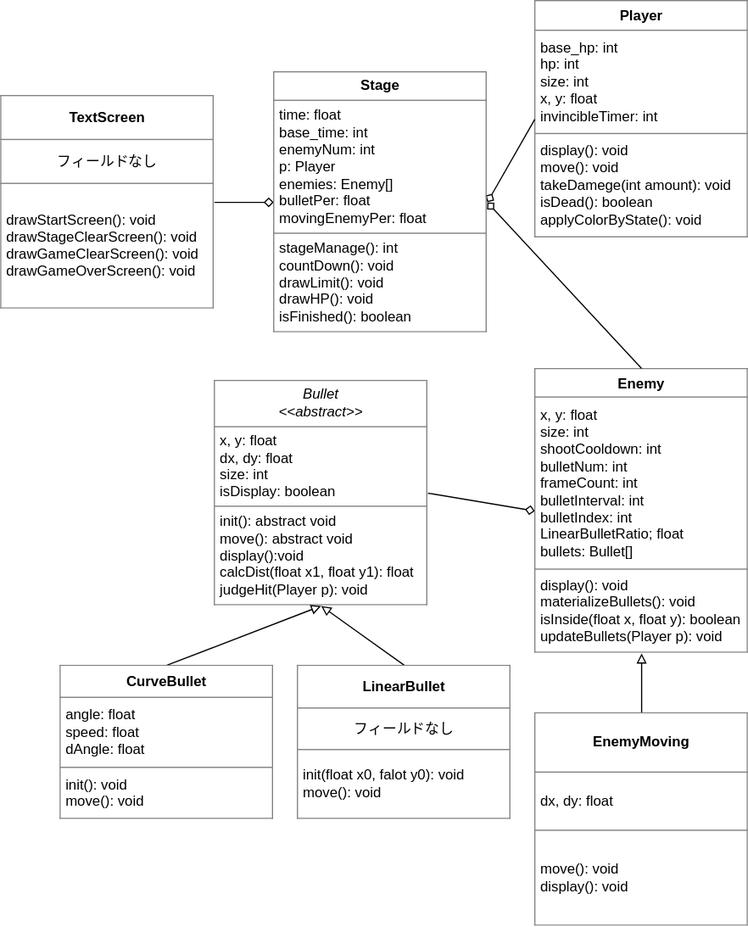
This is oop_report/uml.drawio.svg from judz218/oop, a draw.io export, as it was before one commit. Source tidied: cells renumbered, new cells last; positions are measured from the earlier drawing's top-left corner, leaving out a move shared by most shapes.
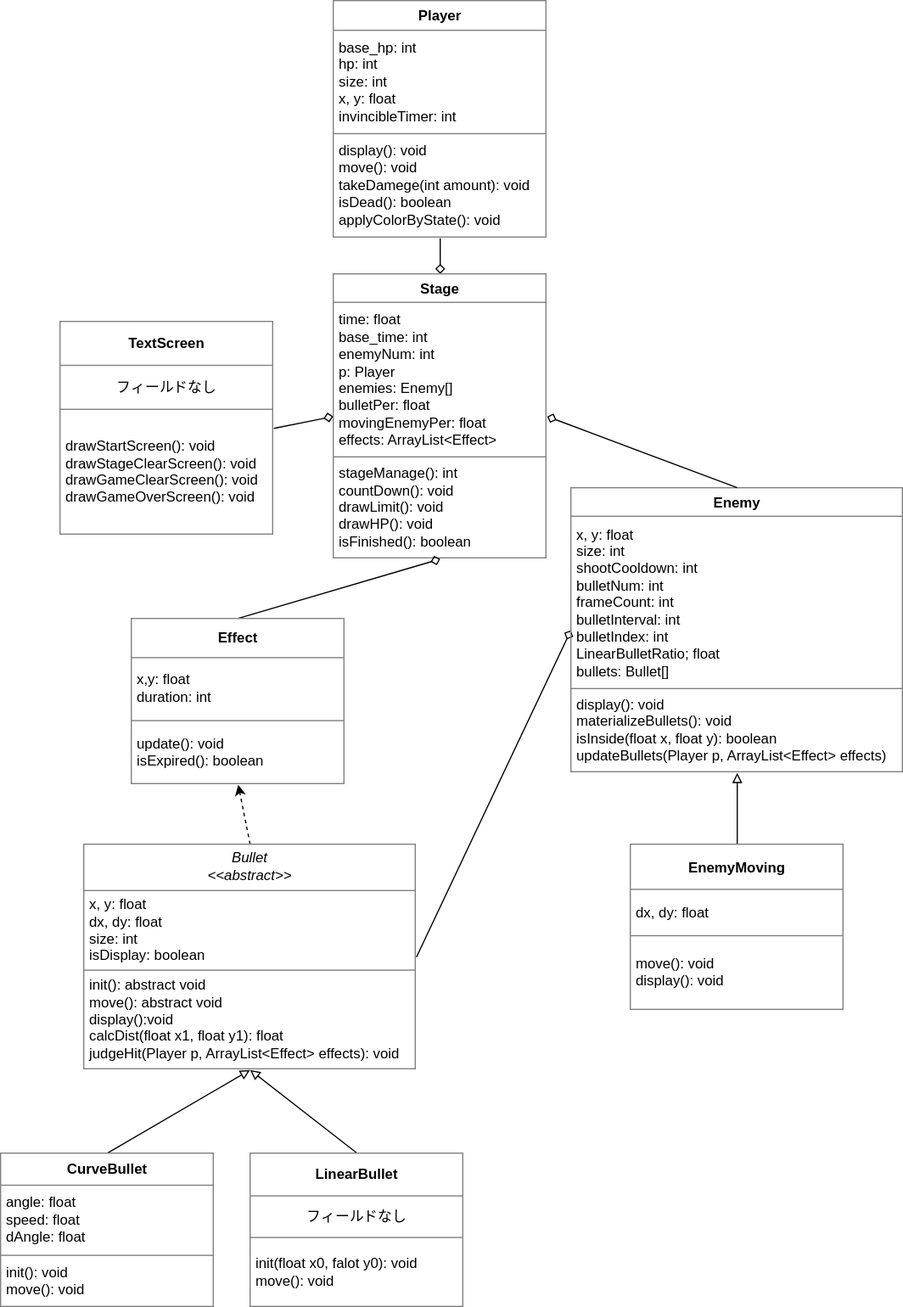
After the change.

Commit message:
クラス図変更

Change to the diagram source:
```diff
@@ -5,38 +5,41 @@
     <mxCell id="2" style="edgeStyle=none;html=1;exitX=1;exitY=0.5;exitDx=0;exitDy=0;entryX=0;entryY=0.5;entryDx=0;entryDy=0;startArrow=none;startFill=0;endArrow=diamond;endFill=0;" parent="1" edge="1" source="3" target="6">
       <mxGeometry relative="1" as="geometry" />
     </mxCell>
+    <mxCell id="17" style="edgeStyle=none;html=1;exitX=0.5;exitY=0;exitDx=0;exitDy=0;entryX=0.5;entryY=1;entryDx=0;entryDy=0;dashed=1;" parent="1" edge="1" source="3" target="19">
+      <mxGeometry relative="1" as="geometry" />
+    </mxCell>
-    <mxCell id="3" value="&lt;table border=&quot;1&quot; width=&quot;100%&quot; height=&quot;100%&quot; cellpadding=&quot;4&quot; style=&quot;width:100%;height:100%;border-collapse:collapse;&quot;&gt;&lt;tbody&gt;&lt;tr&gt;&lt;th&gt;&lt;div style=&quot;text-align: center;&quot;&gt;&lt;span style=&quot;background-color: transparent; font-weight: normal;&quot;&gt;&lt;i&gt;Bullet&lt;/i&gt;&lt;/span&gt;&lt;/div&gt;&lt;div style=&quot;text-align: center;&quot;&gt;&lt;span style=&quot;background-color: transparent; font-weight: normal;&quot;&gt;&lt;i&gt;&amp;lt;&amp;lt;abstract&amp;gt;&amp;gt;&lt;/i&gt;&lt;/span&gt;&lt;/div&gt;&lt;/th&gt;&lt;/tr&gt;&lt;tr&gt;&lt;td&gt;x, y: float&lt;br&gt;dx, dy: float&lt;br&gt;size: int&lt;br&gt;isDisplay: boolean&lt;/td&gt;&lt;/tr&gt;&lt;tr&gt;&lt;td&gt;init(): abstract void&lt;br&gt;move(): abstract void&lt;br&gt;display():void&lt;br&gt;calcDist(float x1, float y1): float&lt;br&gt;judgeHit(Player p): void&lt;/td&gt;&lt;/tr&gt;&lt;/tbody&gt;&lt;/table&gt;" style="text;html=1;whiteSpace=wrap;strokeColor=none;fillColor=none;overflow=fill;align=left;" parent="1" vertex="1">
-      <mxGeometry x="180" y="320" width="180" height="190" as="geometry" />
+    <mxCell id="3" value="&lt;table border=&quot;1&quot; width=&quot;100%&quot; height=&quot;100%&quot; cellpadding=&quot;4&quot; style=&quot;width:100%;height:100%;border-collapse:collapse;&quot;&gt;&lt;tbody&gt;&lt;tr&gt;&lt;th&gt;&lt;div style=&quot;text-align: center;&quot;&gt;&lt;span style=&quot;background-color: transparent; font-weight: normal;&quot;&gt;&lt;i&gt;Bullet&lt;/i&gt;&lt;/span&gt;&lt;/div&gt;&lt;div style=&quot;text-align: center;&quot;&gt;&lt;span style=&quot;background-color: transparent; font-weight: normal;&quot;&gt;&lt;i&gt;&amp;lt;&amp;lt;abstract&amp;gt;&amp;gt;&lt;/i&gt;&lt;/span&gt;&lt;/div&gt;&lt;/th&gt;&lt;/tr&gt;&lt;tr&gt;&lt;td&gt;x, y: float&lt;br&gt;dx, dy: float&lt;br&gt;size: int&lt;br&gt;isDisplay: boolean&lt;/td&gt;&lt;/tr&gt;&lt;tr&gt;&lt;td&gt;init(): abstract void&lt;br&gt;move(): abstract void&lt;br&gt;display():void&lt;br&gt;calcDist(float x1, float y1): float&lt;br&gt;judgeHit(Player p, ArrayList&amp;lt;Effect&amp;gt; effects): void&lt;/td&gt;&lt;/tr&gt;&lt;/tbody&gt;&lt;/table&gt;" style="text;html=1;whiteSpace=wrap;strokeColor=none;fillColor=none;overflow=fill;align=left;" parent="1" vertex="1">
+      <mxGeometry x="20" y="520" width="280" height="190" as="geometry" />
     </mxCell>
     <mxCell id="4" style="edgeStyle=none;html=1;exitX=0.5;exitY=0;exitDx=0;exitDy=0;entryX=0.5;entryY=1;entryDx=0;entryDy=0;endArrow=block;endFill=0;" parent="1" edge="1" source="5" target="3">
       <mxGeometry relative="1" as="geometry" />
     </mxCell>
     <mxCell id="5" value="&lt;table border=&quot;1&quot; width=&quot;100%&quot; height=&quot;100%&quot; cellpadding=&quot;4&quot; style=&quot;width:100%;height:100%;border-collapse:collapse;&quot;&gt;&lt;tbody&gt;&lt;tr&gt;&lt;th style=&quot;text-align: center;&quot;&gt;CurveBullet&lt;br&gt;&lt;/th&gt;&lt;/tr&gt;&lt;tr&gt;&lt;td style=&quot;&quot;&gt;angle: float&lt;br&gt;speed: float&lt;br&gt;dAngle: float&lt;/td&gt;&lt;/tr&gt;&lt;tr&gt;&lt;td&gt;init(): void&lt;br&gt;move(): void&lt;/td&gt;&lt;/tr&gt;&lt;/tbody&gt;&lt;/table&gt;" style="text;html=1;whiteSpace=wrap;strokeColor=none;fillColor=none;overflow=fill;align=left;" parent="1" vertex="1">
-      <mxGeometry x="50" y="560" width="180" height="130" as="geometry" />
+      <mxGeometry x="-50" y="780" width="180" height="130" as="geometry" />
     </mxCell>
-    <mxCell id="6" value="&lt;table border=&quot;1&quot; width=&quot;100%&quot; height=&quot;100%&quot; cellpadding=&quot;4&quot; style=&quot;width:100%;height:100%;border-collapse:collapse;&quot;&gt;&lt;tbody&gt;&lt;tr&gt;&lt;th align=&quot;center&quot;&gt;Enemy&lt;/th&gt;&lt;/tr&gt;&lt;tr&gt;&lt;td&gt;x, y: float&lt;br&gt;size: int&lt;br&gt;shootCooldown: int&lt;br&gt;bulletNum: int&lt;br&gt;frameCount: int&lt;br&gt;bulletInterval: int&lt;br&gt;bulletIndex: int&lt;br&gt;LinearBulletRatio; float&lt;br&gt;bullets: Bullet[]&lt;/td&gt;&lt;/tr&gt;&lt;tr&gt;&lt;td&gt;display(): void&lt;br&gt;materializeBullets(): void&lt;br&gt;isInside(float x, float y): boolean&lt;br&gt;updateBullets(Player p): void&lt;/td&gt;&lt;/tr&gt;&lt;/tbody&gt;&lt;/table&gt;" style="text;html=1;whiteSpace=wrap;strokeColor=none;fillColor=none;overflow=fill;" parent="1" vertex="1">
-      <mxGeometry x="450" y="310" width="180" height="240" as="geometry" />
+    <mxCell id="6" value="&lt;table border=&quot;1&quot; width=&quot;100%&quot; height=&quot;100%&quot; cellpadding=&quot;4&quot; style=&quot;width:100%;height:100%;border-collapse:collapse;&quot;&gt;&lt;tbody&gt;&lt;tr&gt;&lt;th align=&quot;center&quot;&gt;Enemy&lt;/th&gt;&lt;/tr&gt;&lt;tr&gt;&lt;td&gt;x, y: float&lt;br&gt;size: int&lt;br&gt;shootCooldown: int&lt;br&gt;bulletNum: int&lt;br&gt;frameCount: int&lt;br&gt;bulletInterval: int&lt;br&gt;bulletIndex: int&lt;br&gt;LinearBulletRatio; float&lt;br&gt;bullets: Bullet[]&lt;/td&gt;&lt;/tr&gt;&lt;tr&gt;&lt;td&gt;display(): void&lt;br&gt;materializeBullets(): void&lt;br&gt;isInside(float x, float y): boolean&lt;br&gt;updateBullets(Player p, ArrayList&amp;lt;Effect&amp;gt; effects)&lt;/td&gt;&lt;/tr&gt;&lt;/tbody&gt;&lt;/table&gt;" style="text;html=1;whiteSpace=wrap;strokeColor=none;fillColor=none;overflow=fill;" parent="1" vertex="1">
+      <mxGeometry x="430" y="220" width="280" height="240" as="geometry" />
     </mxCell>
     <mxCell id="7" value="&lt;table border=&quot;1&quot; width=&quot;100%&quot; height=&quot;100%&quot; cellpadding=&quot;4&quot; style=&quot;width:100%;height:100%;border-collapse:collapse;&quot;&gt;&lt;tbody&gt;&lt;tr&gt;&lt;th align=&quot;center&quot;&gt;Player&lt;br&gt;&lt;/th&gt;&lt;/tr&gt;&lt;tr&gt;&lt;td&gt;base_hp: int&lt;br&gt;hp: int&lt;br&gt;size: int&lt;br&gt;x, y: float&lt;br&gt;invincibleTimer: int&lt;/td&gt;&lt;/tr&gt;&lt;tr&gt;&lt;td&gt;display(): void&lt;br&gt;move(): void&lt;br&gt;takeDamege(int amount): void&lt;br&gt;isDead(): boolean&lt;br&gt;applyColorByState(): void&lt;/td&gt;&lt;/tr&gt;&lt;/tbody&gt;&lt;/table&gt;" style="text;html=1;whiteSpace=wrap;strokeColor=none;fillColor=none;overflow=fill;" parent="1" vertex="1">
-      <mxGeometry x="450" width="180" height="200" as="geometry" />
+      <mxGeometry x="230" y="-190" width="180" height="200" as="geometry" />
     </mxCell>
     <mxCell id="8" style="edgeStyle=none;html=1;exitX=1;exitY=0.5;exitDx=0;exitDy=0;entryX=0.5;entryY=0;entryDx=0;entryDy=0;startArrow=diamond;startFill=0;endArrow=none;endFill=0;" parent="1" edge="1" source="11" target="6">
       <mxGeometry relative="1" as="geometry" />
     </mxCell>
-    <mxCell id="9" style="edgeStyle=none;html=1;exitX=1;exitY=0.5;exitDx=0;exitDy=0;entryX=0;entryY=0.5;entryDx=0;entryDy=0;endArrow=none;endFill=0;startArrow=diamond;startFill=0;" parent="1" edge="1" source="11" target="7">
+    <mxCell id="9" style="edgeStyle=none;html=1;exitX=0.5;exitY=0;exitDx=0;exitDy=0;entryX=0.5;entryY=1;entryDx=0;entryDy=0;endArrow=none;endFill=0;startArrow=diamond;startFill=0;" parent="1" edge="1" source="11" target="7">
       <mxGeometry relative="1" as="geometry" />
     </mxCell>
     <mxCell id="10" style="edgeStyle=none;html=1;exitX=0;exitY=0.5;exitDx=0;exitDy=0;entryX=1;entryY=0.5;entryDx=0;entryDy=0;endArrow=none;endFill=0;startArrow=diamond;startFill=0;" parent="1" edge="1" source="11" target="14">
       <mxGeometry relative="1" as="geometry" />
     </mxCell>
-    <mxCell id="11" value="&lt;table style=&quot;width:100%;height:100%;border-collapse:collapse;&quot; cellpadding=&quot;4&quot; height=&quot;100%&quot; width=&quot;100%&quot; border=&quot;1&quot;&gt;&lt;tbody&gt;&lt;tr&gt;&lt;th align=&quot;center&quot;&gt;Stage&lt;br&gt;&lt;/th&gt;&lt;/tr&gt;&lt;tr&gt;&lt;td&gt;time: float&lt;br&gt;base_time: int&lt;br&gt;enemyNum: int&lt;br&gt;p: Player&lt;br&gt;enemies: Enemy[]&lt;br&gt;bulletPer: float&lt;br&gt;movingEnemyPer: float&lt;/td&gt;&lt;/tr&gt;&lt;tr&gt;&lt;td&gt;stageManage(): int&lt;br&gt;countDown(): void&lt;br&gt;drawLimit(): void&lt;br&gt;drawHP(): void&lt;br&gt;isFinished(): boolean&lt;/td&gt;&lt;/tr&gt;&lt;/tbody&gt;&lt;/table&gt;" style="text;html=1;whiteSpace=wrap;strokeColor=none;fillColor=none;overflow=fill;" parent="1" vertex="1">
-      <mxGeometry x="230" y="60" width="180" height="220" as="geometry" />
+    <mxCell id="11" value="&lt;table style=&quot;width:100%;height:100%;border-collapse:collapse;&quot; cellpadding=&quot;4&quot; height=&quot;100%&quot; width=&quot;100%&quot; border=&quot;1&quot;&gt;&lt;tbody&gt;&lt;tr&gt;&lt;th align=&quot;center&quot;&gt;Stage&lt;br&gt;&lt;/th&gt;&lt;/tr&gt;&lt;tr&gt;&lt;td&gt;time: float&lt;br&gt;base_time: int&lt;br&gt;enemyNum: int&lt;br&gt;p: Player&lt;br&gt;enemies: Enemy[]&lt;br&gt;bulletPer: float&lt;br&gt;movingEnemyPer: float&lt;br&gt;effects: ArrayList&amp;lt;Effect&amp;gt;&lt;/td&gt;&lt;/tr&gt;&lt;tr&gt;&lt;td&gt;stageManage(): int&lt;br&gt;countDown(): void&lt;br&gt;drawLimit(): void&lt;br&gt;drawHP(): void&lt;br&gt;isFinished(): boolean&lt;/td&gt;&lt;/tr&gt;&lt;/tbody&gt;&lt;/table&gt;" style="text;html=1;whiteSpace=wrap;strokeColor=none;fillColor=none;overflow=fill;" parent="1" vertex="1">
+      <mxGeometry x="230" y="40" width="180" height="240" as="geometry" />
     </mxCell>
     <mxCell id="12" style="edgeStyle=none;html=1;exitX=0.5;exitY=0;exitDx=0;exitDy=0;endArrow=block;endFill=0;entryX=0.5;entryY=1;entryDx=0;entryDy=0;" parent="1" edge="1" source="13" target="3">
       <mxGeometry relative="1" as="geometry" />
     </mxCell>
     <mxCell id="13" value="&lt;table border=&quot;1&quot; width=&quot;100%&quot; height=&quot;100%&quot; cellpadding=&quot;4&quot; style=&quot;width:100%;height:100%;border-collapse:collapse;&quot;&gt;&lt;tbody&gt;&lt;tr&gt;&lt;th align=&quot;center&quot;&gt;LinearBullet&lt;/th&gt;&lt;/tr&gt;&lt;tr&gt;&lt;td align=&quot;center&quot;&gt;フィールドなし&lt;/td&gt;&lt;/tr&gt;&lt;tr&gt;&lt;td&gt;init(float x0, falot y0): void&lt;br&gt;move(): void&lt;/td&gt;&lt;/tr&gt;&lt;/tbody&gt;&lt;/table&gt;" style="text;html=1;whiteSpace=wrap;strokeColor=none;fillColor=none;overflow=fill;" parent="1" vertex="1">
-      <mxGeometry x="250" y="560" width="180" height="130" as="geometry" />
+      <mxGeometry x="160" y="780" width="180" height="130" as="geometry" />
     </mxCell>
     <mxCell id="14" value="&lt;table border=&quot;1&quot; width=&quot;100%&quot; height=&quot;100%&quot; cellpadding=&quot;4&quot; style=&quot;width:100%;height:100%;border-collapse:collapse;&quot;&gt;&lt;tbody&gt;&lt;tr&gt;&lt;th align=&quot;center&quot;&gt;TextScreen&lt;br&gt;&lt;/th&gt;&lt;/tr&gt;&lt;tr&gt;&lt;td align=&quot;center&quot;&gt;フィールドなし&lt;/td&gt;&lt;/tr&gt;&lt;tr&gt;&lt;td&gt;drawStartScreen(): void&lt;br&gt;drawStageClearScreen(): void&lt;br&gt;drawGameClearScreen(): void&lt;br&gt;drawGameOverScreen(): void&lt;br&gt;&lt;/td&gt;&lt;/tr&gt;&lt;/tbody&gt;&lt;/table&gt;" style="text;html=1;whiteSpace=wrap;strokeColor=none;fillColor=none;overflow=fill;" parent="1" vertex="1">
       <mxGeometry y="80" width="180" height="180" as="geometry" />
@@ -45,7 +48,13 @@
       <mxGeometry relative="1" as="geometry" />
     </mxCell>
     <mxCell id="16" value="&lt;table border=&quot;1&quot; width=&quot;100%&quot; height=&quot;100%&quot; cellpadding=&quot;4&quot; style=&quot;width:100%;height:100%;border-collapse:collapse;&quot;&gt;&lt;tbody&gt;&lt;tr&gt;&lt;th align=&quot;center&quot;&gt;EnemyMoving&lt;/th&gt;&lt;/tr&gt;&lt;tr&gt;&lt;td&gt;dx, dy: float&lt;/td&gt;&lt;/tr&gt;&lt;tr&gt;&lt;td&gt;move(): void&lt;br&gt;display(): void&lt;/td&gt;&lt;/tr&gt;&lt;/tbody&gt;&lt;/table&gt;" style="text;html=1;whiteSpace=wrap;strokeColor=none;fillColor=none;overflow=fill;" parent="1" vertex="1">
-      <mxGeometry x="450" y="600" width="180" height="180" as="geometry" />
+      <mxGeometry x="480" y="520" width="180" height="140" as="geometry" />
     </mxCell>
+    <mxCell id="18" style="edgeStyle=none;html=1;exitX=0.5;exitY=0;exitDx=0;exitDy=0;entryX=0.5;entryY=1;entryDx=0;entryDy=0;endArrow=diamond;endFill=0;" parent="1" edge="1" source="19" target="11">
+      <mxGeometry relative="1" as="geometry" />
+    </mxCell>
+    <mxCell id="19" value="&lt;table border=&quot;1&quot; width=&quot;100%&quot; height=&quot;100%&quot; cellpadding=&quot;4&quot; style=&quot;width:100%;height:100%;border-collapse:collapse;&quot;&gt;&lt;tbody&gt;&lt;tr&gt;&lt;th align=&quot;center&quot;&gt;Effect&lt;/th&gt;&lt;/tr&gt;&lt;tr&gt;&lt;td&gt;x,y: float&lt;br&gt;duration: int&lt;/td&gt;&lt;/tr&gt;&lt;tr&gt;&lt;td&gt;update(): void&lt;br&gt;isExpired(): boolean&lt;/td&gt;&lt;/tr&gt;&lt;/tbody&gt;&lt;/table&gt;" style="text;html=1;whiteSpace=wrap;strokeColor=none;fillColor=none;overflow=fill;" parent="1" vertex="1">
+      <mxGeometry x="60" y="330" width="180" height="140" as="geometry" />
+    </mxCell>
   </root>
 </mxGraphModel>
```
